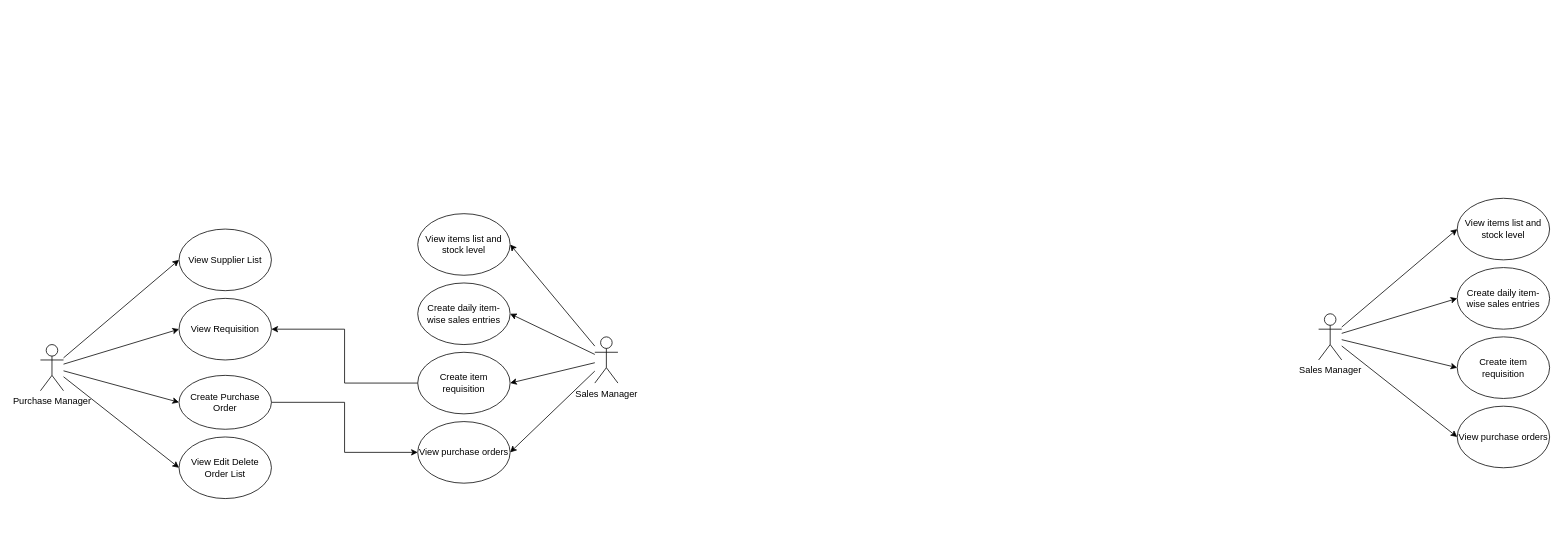
This is UseCase.drawio from WWeWenBininn/WWeWenBininn, a draw.io file, before an edit. Source tidied: cells renumbered, new cells numbered last; positions are measured from the earlier drawing's top-left corner, leaving out a move shared by most shapes. Both pictures are drawn from the tidied source at 77%, with x=0, y=0 at pixel (40, 198).
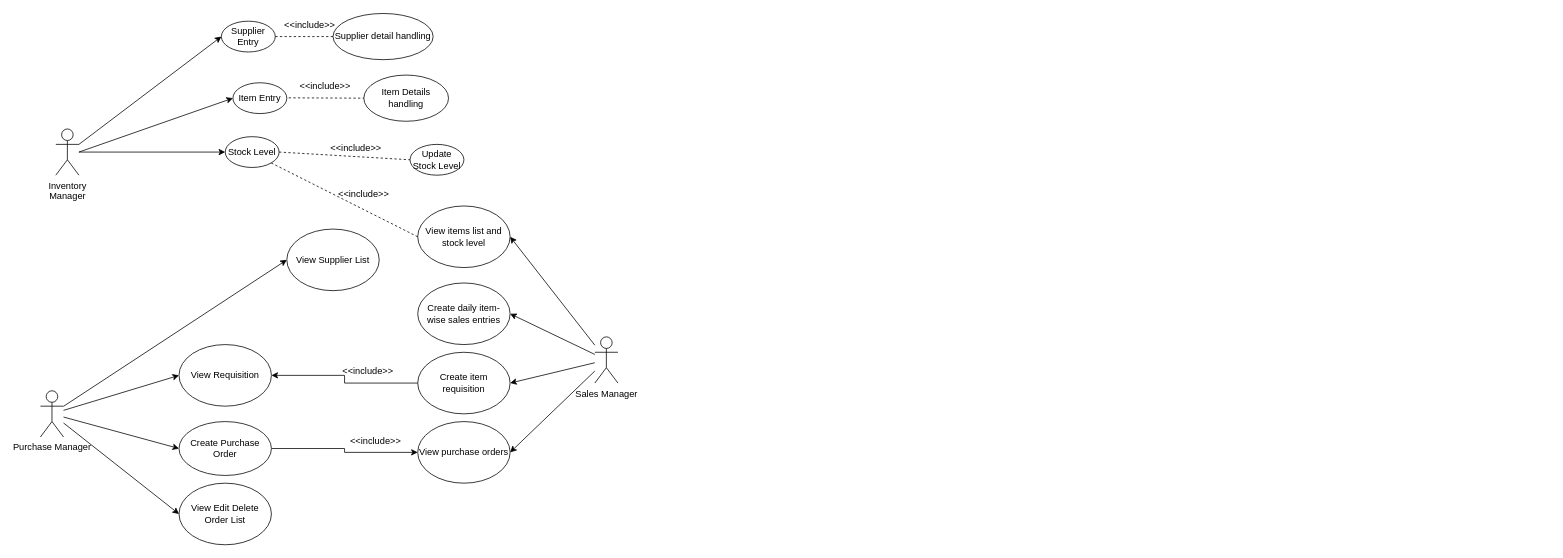
Above is the later version.

Diff of the diagram source:
```diff
@@
-    <mxCell id="2" style="rounded=0;jettySize=auto;html=1;entryX=0;entryY=0.5;entryDx=0;entryDy=0;" parent="1" edge="1" source="6" target="7">
-      <mxGeometry relative="1" as="geometry" />
-    </mxCell>
-    <mxCell id="3" style="rounded=0;jettySize=auto;html=1;entryX=0;entryY=0.5;entryDx=0;entryDy=0;" parent="1" edge="1" source="6" target="8">
-      <mxGeometry relative="1" as="geometry" />
-    </mxCell>
-    <mxCell id="4" style="rounded=0;jettySize=auto;html=1;entryX=0;entryY=0.5;entryDx=0;entryDy=0;" parent="1" edge="1" source="6" target="9">
-      <mxGeometry relative="1" as="geometry" />
-    </mxCell>
-    <mxCell id="5" style="rounded=0;jettySize=auto;html=1;entryX=0;entryY=0.5;entryDx=0;entryDy=0;" parent="1" edge="1" source="6" target="10">
-      <mxGeometry relative="1" as="geometry" />
-    </mxCell>
-    <mxCell id="6" value="Sales Manager" style="shape=umlActor;verticalLabelPosition=bottom;verticalAlign=top;html=1;outlineConnect=0;" parent="1" vertex="1">
-      <mxGeometry x="1660" y="150" width="30" height="60" as="geometry" />
-    </mxCell>
-    <mxCell id="7" value="View items list and stock level" style="ellipse;whiteSpace=wrap;html=1;" parent="1" vertex="1">
-      <mxGeometry x="1840" width="120" height="80" as="geometry" />
-    </mxCell>
-    <mxCell id="8" value="Create daily item-wise sales entries" style="ellipse;whiteSpace=wrap;html=1;" parent="1" vertex="1">
-      <mxGeometry x="1840" y="90" width="120" height="80" as="geometry" />
-    </mxCell>
-    <mxCell id="9" value="Create item requisition" style="ellipse;whiteSpace=wrap;html=1;" parent="1" vertex="1">
-      <mxGeometry x="1840" y="180" width="120" height="80" as="geometry" />
-    </mxCell>
-    <mxCell id="10" value="View purchase orders" style="ellipse;whiteSpace=wrap;html=1;" parent="1" vertex="1">
-      <mxGeometry x="1840" y="270" width="120" height="80" as="geometry" />
-    </mxCell>
@@
     <mxCell id="15" value="Purchase Manager" style="shape=umlActor;verticalLabelPosition=bottom;verticalAlign=top;html=1;outlineConnect=0;" parent="1" vertex="1">
-      <mxGeometry y="190" width="30" height="60" as="geometry" />
+      <mxGeometry y="250" width="30" height="60" as="geometry" />
     </mxCell>
     <mxCell id="16" value="View Supplier List" style="ellipse;whiteSpace=wrap;html=1;" parent="1" vertex="1">
-      <mxGeometry x="180" y="40" width="120" height="80" as="geometry" />
+      <mxGeometry x="320" y="40" width="120" height="80" as="geometry" />
     </mxCell>
     <mxCell id="17" value="View Requisition" style="ellipse;whiteSpace=wrap;html=1;" parent="1" vertex="1">
-      <mxGeometry x="180" y="130" width="120" height="80" as="geometry" />
+      <mxGeometry x="180" y="190" width="120" height="80" as="geometry" />
     </mxCell>
@@
     <mxCell id="19" value="Create Purchase Order" style="ellipse;whiteSpace=wrap;html=1;" parent="1" vertex="1">
-      <mxGeometry x="180" y="230" width="120" height="70" as="geometry" />
+      <mxGeometry x="180" y="290" width="120" height="70" as="geometry" />
     </mxCell>
     <mxCell id="20" value="View Edit Delete Order List" style="ellipse;whiteSpace=wrap;html=1;" parent="1" vertex="1">
-      <mxGeometry x="180" y="310" width="120" height="80" as="geometry" />
+      <mxGeometry x="180" y="370" width="120" height="80" as="geometry" />
     </mxCell>
@@
     <mxCell id="26" value="View items list and stock level" style="ellipse;whiteSpace=wrap;html=1;" parent="1" vertex="1">
-      <mxGeometry x="490" y="20" width="120" height="80" as="geometry" />
+      <mxGeometry x="490" y="10" width="120" height="80" as="geometry" />
     </mxCell>
@@
+    <mxCell id="31" value="&amp;lt;&amp;lt;include&amp;gt;&amp;gt;" style="text;html=1;align=center;verticalAlign=middle;strokeColor=none;fillColor=none;" parent="1" vertex="1">
+      <mxGeometry x="380" y="210" width="90" height="30" as="geometry" />
+    </mxCell>
+    <mxCell id="32" value="&amp;lt;&amp;lt;include&amp;gt;&amp;gt;" style="text;html=1;align=center;verticalAlign=middle;strokeColor=none;fillColor=none;" parent="1" vertex="1">
+      <mxGeometry x="390" y="300" width="90" height="30" as="geometry" />
+    </mxCell>
+    <mxCell id="33" value="Inventory&lt;div&gt;Manager&lt;/div&gt;" style="shape=umlActor;verticalLabelPosition=bottom;verticalAlign=top;html=1;outlineConnect=0;" parent="1" vertex="1">
+      <mxGeometry x="20" y="-90" width="30" height="60" as="geometry" />
+    </mxCell>
+    <mxCell id="34" value="Item Entry" style="ellipse;whiteSpace=wrap;html=1;" parent="1" vertex="1">
+      <mxGeometry x="250" y="-150" width="70" height="40" as="geometry" />
+    </mxCell>
+    <mxCell id="35" value="Supplier Entry" style="ellipse;whiteSpace=wrap;html=1;" parent="1" vertex="1">
+      <mxGeometry x="235" y="-230" width="70" height="40" as="geometry" />
+    </mxCell>
+    <mxCell id="36" value="Stock Level" style="ellipse;whiteSpace=wrap;html=1;" parent="1" vertex="1">
+      <mxGeometry x="240" y="-80" width="70" height="40" as="geometry" />
+    </mxCell>
+    <mxCell id="37" value="Item Details handling" style="ellipse;whiteSpace=wrap;html=1;" parent="1" vertex="1">
+      <mxGeometry x="420" y="-160" width="110" height="60" as="geometry" />
+    </mxCell>
+    <mxCell id="38" value="Supplier detail handling" style="ellipse;whiteSpace=wrap;html=1;" parent="1" vertex="1">
+      <mxGeometry x="380" y="-240" width="130" height="60" as="geometry" />
+    </mxCell>
+    <mxCell id="39" value="Update Stock Level" style="ellipse;whiteSpace=wrap;html=1;" parent="1" vertex="1">
+      <mxGeometry x="480" y="-70" width="70" height="40" as="geometry" />
+    </mxCell>
+    <mxCell id="40" style="endArrow=classic;html=1;rounded=0;entryX=0;entryY=0.5;entryDx=0;entryDy=0;" parent="1" edge="1" target="34">
+      <mxGeometry relative="1" as="geometry">
+        <mxPoint x="50" y="-60" as="sourcePoint" />
+      </mxGeometry>
+    </mxCell>
+    <mxCell id="41" style="endArrow=classic;html=1;rounded=0;entryX=0;entryY=0.5;entryDx=0;entryDy=0;exitX=1;exitY=0.3333333333333333;exitDx=0;exitDy=0;exitPerimeter=0;" parent="1" edge="1" source="33" target="35">
+      <mxGeometry relative="1" as="geometry" />
+    </mxCell>
+    <mxCell id="42" style="endArrow=classic;html=1;rounded=0;entryX=0;entryY=0.5;entryDx=0;entryDy=0;" parent="1" edge="1" source="33" target="36">
+      <mxGeometry relative="1" as="geometry" />
+    </mxCell>
+    <mxCell id="43" style="endArrow=none;dashed=1;html=1;rounded=0;exitX=1.035;exitY=0.489;exitDx=0;exitDy=0;exitPerimeter=0;entryX=0;entryY=0.5;entryDx=0;entryDy=0;" parent="1" edge="1" source="34" target="37">
+      <mxGeometry relative="1" as="geometry" />
+    </mxCell>
+    <mxCell id="44" value="&amp;lt;&amp;lt;include&amp;gt;&amp;gt;" style="text;html=1;align=center;verticalAlign=middle;whiteSpace=wrap;rounded=0;" parent="1" vertex="1">
+      <mxGeometry x="340" y="-160" width="60" height="30" as="geometry" />
+    </mxCell>
+    <mxCell id="45" style="endArrow=none;dashed=1;html=1;rounded=0;exitX=1;exitY=0.5;exitDx=0;exitDy=0;entryX=0;entryY=0.5;entryDx=0;entryDy=0;" parent="1" edge="1" source="35" target="38">
+      <mxGeometry relative="1" as="geometry" />
+    </mxCell>
+    <mxCell id="46" value="&amp;lt;&amp;lt;include&amp;gt;&amp;gt;" style="text;html=1;align=center;verticalAlign=middle;whiteSpace=wrap;rounded=0;" parent="1" vertex="1">
+      <mxGeometry x="320" y="-240" width="60" height="30" as="geometry" />
+    </mxCell>
+    <mxCell id="47" style="endArrow=none;dashed=1;html=1;rounded=0;exitX=1;exitY=1;exitDx=0;exitDy=0;entryX=0;entryY=0.5;entryDx=0;entryDy=0;" parent="1" edge="1" source="36" target="26">
+      <mxGeometry relative="1" as="geometry" />
+    </mxCell>
+    <mxCell id="48" style="endArrow=none;dashed=1;html=1;rounded=0;exitX=1;exitY=0.5;exitDx=0;exitDy=0;entryX=0;entryY=0.5;entryDx=0;entryDy=0;" parent="1" edge="1" source="36" target="39">
+      <mxGeometry relative="1" as="geometry" />
+    </mxCell>
+    <mxCell id="49" value="&amp;lt;&amp;lt;include&amp;gt;&amp;gt;" style="text;html=1;align=center;verticalAlign=middle;whiteSpace=wrap;rounded=0;" parent="1" vertex="1">
+      <mxGeometry x="390" y="-20" width="60" height="30" as="geometry" />
+    </mxCell>
+    <mxCell id="50" value="&amp;lt;&amp;lt;include&amp;gt;&amp;gt;" style="text;html=1;align=center;verticalAlign=middle;whiteSpace=wrap;rounded=0;" parent="1" vertex="1">
+      <mxGeometry x="380" y="-80" width="60" height="30" as="geometry" />
+    </mxCell>
```
